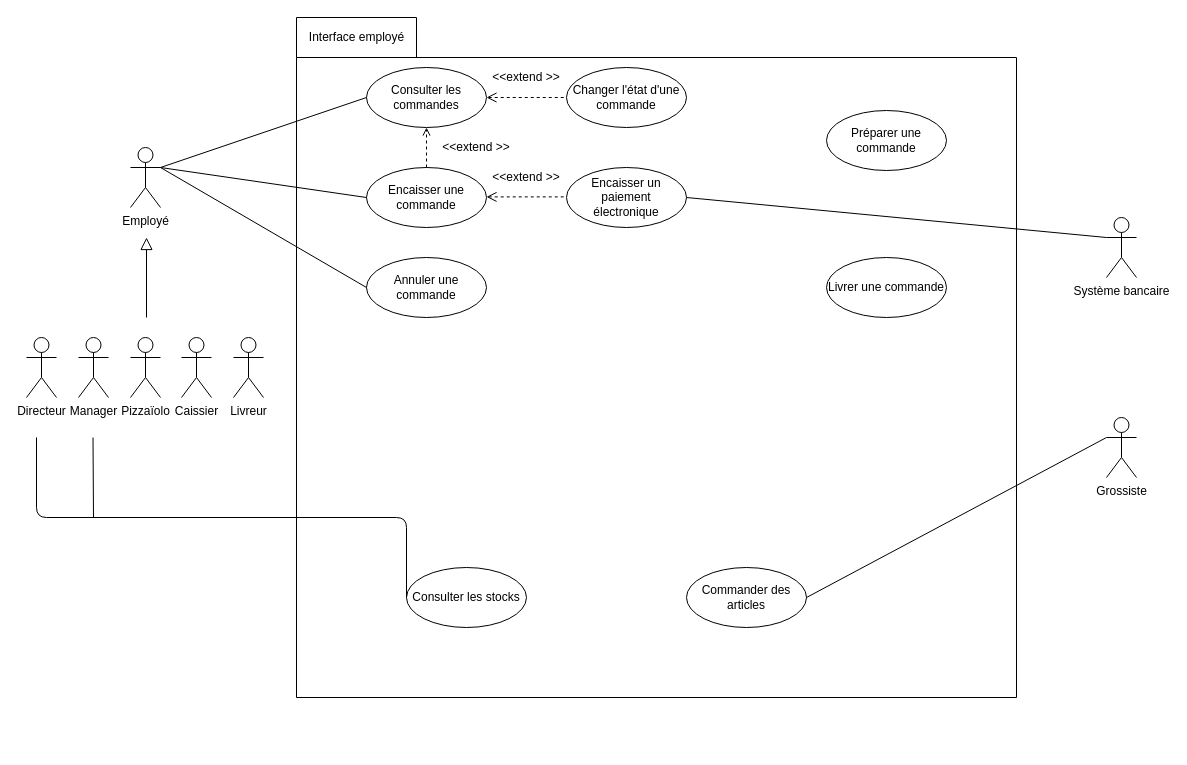
Above: Interface employés.drawio in damien-devpy/OC-P4 (draw.io), before the change. Source tidied: cells renumbered, new cells numbered last; positions are measured from the earlier drawing's top-left corner, leaving out a move shared by most shapes. Both pictures are drawn from the tidied source at 100%, with x=0, y=0 at pixel (26, 17).
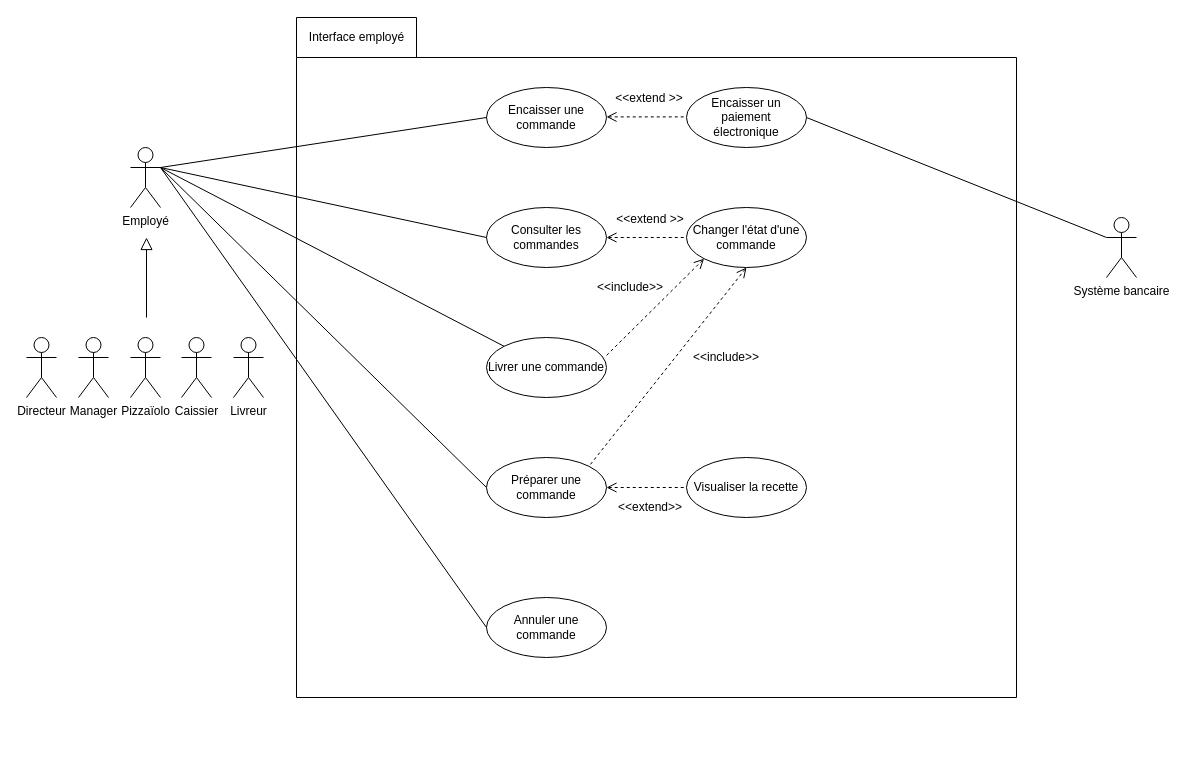
Above is the later version.

Unchanged cells that the change refers to:
```xml
<mxCell id="2" style="group;" parent="1" vertex="1">
  <mxGeometry x="310" y="50" width="720" height="680" as="geometry" />
</mxCell>
<mxCell id="21" value="Employé" style="shape=umlActor;verticalLabelPosition=bottom;labelBackgroundColor=#ffffff;verticalAlign=top;html=1;outlineConnect=0;" parent="1" vertex="1">
  <mxGeometry x="104" y="130" width="30" height="60" as="geometry" />
</mxCell>
```

Change to the diagram source:
```diff
@@
     <mxCell id="4" value="Préparer une commande" style="ellipse;whiteSpace=wrap;html=1;fillColor=none;" parent="2" vertex="1">
-      <mxGeometry x="490" y="43" width="120" height="60" as="geometry" />
+      <mxGeometry x="150" y="390" width="120" height="60" as="geometry" />
     </mxCell>
     <mxCell id="5" value="Consulter les commandes" style="ellipse;whiteSpace=wrap;html=1;fillColor=none;" parent="2" vertex="1">
-      <mxGeometry x="30" width="120" height="60" as="geometry" />
+      <mxGeometry x="150" y="140" width="120" height="60" as="geometry" />
     </mxCell>
-    <mxCell id="6" value="Consulter les stocks" style="ellipse;whiteSpace=wrap;html=1;fillColor=none;" parent="2" vertex="1">
-      <mxGeometry x="70" y="500" width="120" height="60" as="geometry" />
-    </mxCell>
     <mxCell id="7" value="Livrer une commande" style="ellipse;whiteSpace=wrap;html=1;fillColor=none;" parent="2" vertex="1">
-      <mxGeometry x="490" y="190" width="120" height="60" as="geometry" />
+      <mxGeometry x="150" y="270" width="120" height="60" as="geometry" />
     </mxCell>
-    <mxCell id="8" value="Annuler une commande" style="ellipse;whiteSpace=wrap;html=1;fillColor=none;" parent="2" vertex="1">
-      <mxGeometry x="30" y="190" width="120" height="60" as="geometry" />
-    </mxCell>
     <mxCell id="9" value="Encaisser une commande" style="ellipse;whiteSpace=wrap;html=1;fillColor=none;" parent="2" vertex="1">
-      <mxGeometry x="30" y="100" width="120" height="60" as="geometry" />
+      <mxGeometry x="150" y="20" width="120" height="60" as="geometry" />
     </mxCell>
-    <mxCell id="10" value="Commander des articles" style="ellipse;whiteSpace=wrap;html=1;fillColor=none;" parent="2" vertex="1">
-      <mxGeometry x="350" y="500" width="120" height="60" as="geometry" />
-    </mxCell>
     <mxCell id="11" value="Changer l'état d'une commande" style="ellipse;whiteSpace=wrap;html=1;fillColor=none;" parent="2" vertex="1">
-      <mxGeometry x="230" width="120" height="60" as="geometry" />
+      <mxGeometry x="350" y="140" width="120" height="60" as="geometry" />
     </mxCell>
@@
     <mxCell id="13" value="&amp;lt;&amp;lt;extend &amp;gt;&amp;gt;" style="text;html=1;strokeColor=none;fillColor=none;align=center;verticalAlign=middle;whiteSpace=wrap;rounded=0;" parent="2" vertex="1">
-      <mxGeometry x="150" width="80" height="20" as="geometry" />
+      <mxGeometry x="274" y="142" width="80" height="20" as="geometry" />
     </mxCell>
-    <mxCell id="14" style="endArrow=open;dashed=1;html=1;entryX=0.5;entryY=1;entryDx=0;entryDy=0;exitX=0.5;exitY=0;exitDx=0;exitDy=0;startArrow=none;startFill=0;endFill=0;" parent="2" edge="1" source="9" target="5">
-      <mxGeometry relative="1" as="geometry" />
-    </mxCell>
-    <mxCell id="15" value="&amp;lt;&amp;lt;extend &amp;gt;&amp;gt;" style="text;html=1;strokeColor=none;fillColor=none;align=center;verticalAlign=middle;whiteSpace=wrap;rounded=0;" parent="2" vertex="1">
-      <mxGeometry x="100" y="70" width="80" height="20" as="geometry" />
-    </mxCell>
     <mxCell id="16" value="Encaisser un paiement électronique" style="ellipse;whiteSpace=wrap;html=1;fillColor=none;" parent="2" vertex="1">
-      <mxGeometry x="230" y="100" width="120" height="60" as="geometry" />
+      <mxGeometry x="350" y="20" width="120" height="60" as="geometry" />
     </mxCell>
     <mxCell id="17" style="endArrow=none;dashed=1;html=1;entryX=0;entryY=0.5;entryDx=0;entryDy=0;exitX=1;exitY=0.5;exitDx=0;exitDy=0;startArrow=open;startFill=0;endSize=7;startSize=8;" parent="2" edge="1">
       <mxGeometry relative="1" as="geometry">
-        <mxPoint x="150" y="129.4" as="sourcePoint" />
-        <mxPoint x="230" y="129.4" as="targetPoint" />
+        <mxPoint x="270" y="49.4" as="sourcePoint" />
+        <mxPoint x="350" y="49.4" as="targetPoint" />
       </mxGeometry>
     </mxCell>
     <mxCell id="18" value="&amp;lt;&amp;lt;extend &amp;gt;&amp;gt;" style="text;html=1;strokeColor=none;fillColor=none;align=center;verticalAlign=middle;whiteSpace=wrap;rounded=0;" parent="2" vertex="1">
-      <mxGeometry x="150" y="100" width="80" height="20" as="geometry" />
+      <mxGeometry x="273" y="21" width="80" height="20" as="geometry" />
     </mxCell>
+    <mxCell id="36" style="endArrow=none;dashed=1;html=1;exitX=0.5;exitY=1;exitDx=0;exitDy=0;startArrow=open;startFill=0;startSize=8;entryX=1;entryY=0;entryDx=0;entryDy=0;" parent="2" edge="1" source="11" target="4">
+      <mxGeometry relative="1" as="geometry" />
+    </mxCell>
+    <mxCell id="37" style="endArrow=none;dashed=1;html=1;entryX=0.982;entryY=0.335;entryDx=0;entryDy=0;exitX=0;exitY=1;exitDx=0;exitDy=0;startArrow=open;startFill=0;startSize=8;entryPerimeter=0;" parent="2" edge="1" source="11" target="7">
+      <mxGeometry relative="1" as="geometry" />
+    </mxCell>
+    <mxCell id="38" value="&amp;lt;&amp;lt;include&amp;gt;&amp;gt;" style="text;html=1;strokeColor=none;fillColor=none;align=center;verticalAlign=middle;whiteSpace=wrap;rounded=0;" parent="2" vertex="1">
+      <mxGeometry x="274" y="210" width="40" height="20" as="geometry" />
+    </mxCell>
+    <mxCell id="39" value="&amp;lt;&amp;lt;include&amp;gt;&amp;gt;" style="text;html=1;strokeColor=none;fillColor=none;align=center;verticalAlign=middle;whiteSpace=wrap;rounded=0;" parent="2" vertex="1">
+      <mxGeometry x="370" y="280" width="40" height="20" as="geometry" />
+    </mxCell>
+    <mxCell id="40" style="endArrow=none;dashed=1;html=1;exitX=1;exitY=0.5;exitDx=0;exitDy=0;startArrow=open;startFill=0;endFill=0;entryX=0;entryY=0.5;entryDx=0;entryDy=0;endSize=8;startSize=8;" parent="2" edge="1" source="4" target="41">
+      <mxGeometry relative="1" as="geometry" />
+    </mxCell>
+    <mxCell id="41" value="Visualiser la recette" style="ellipse;whiteSpace=wrap;html=1;fillColor=none;" parent="2" vertex="1">
+      <mxGeometry x="350" y="390" width="120" height="60" as="geometry" />
+    </mxCell>
+    <mxCell id="42" value="&amp;lt;&amp;lt;extend&amp;gt;&amp;gt;" style="text;html=1;strokeColor=none;fillColor=none;align=center;verticalAlign=middle;whiteSpace=wrap;rounded=0;" parent="2" vertex="1">
+      <mxGeometry x="294" y="430" width="40" height="20" as="geometry" />
+    </mxCell>
+    <mxCell id="8" value="Annuler une commande" style="ellipse;whiteSpace=wrap;html=1;fillColor=none;" parent="2" vertex="1">
+      <mxGeometry x="150" y="530" width="120" height="60" as="geometry" />
+    </mxCell>
@@
-    <mxCell id="29" value="Grossiste" style="shape=umlActor;verticalLabelPosition=bottom;labelBackgroundColor=#ffffff;verticalAlign=top;html=1;outlineConnect=0;" parent="1" vertex="1">
-      <mxGeometry x="1080" y="400" width="30" height="60" as="geometry" />
-    </mxCell>
-    <mxCell id="30" style="endArrow=none;html=1;entryX=0;entryY=0.5;entryDx=0;entryDy=0;edgeStyle=orthogonalEdgeStyle;" parent="1" edge="1" target="6">
-      <mxGeometry relative="1" as="geometry">
-        <mxPoint x="10" y="420" as="sourcePoint" />
-        <Array as="points">
-          <mxPoint x="10" y="500" />
-        </Array>
-      </mxGeometry>
-    </mxCell>
-    <mxCell id="31" style="endArrow=none;html=1;" parent="1" edge="1">
-      <mxGeometry relative="1" as="geometry">
-        <mxPoint x="67" y="500" as="sourcePoint" />
-        <mxPoint x="66.5" y="420" as="targetPoint" />
-      </mxGeometry>
-    </mxCell>
-    <mxCell id="32" style="endArrow=none;html=1;entryX=1;entryY=0.5;entryDx=0;entryDy=0;exitX=0;exitY=0.3333333333333333;exitDx=0;exitDy=0;exitPerimeter=0;" parent="1" edge="1" source="29" target="10">
-      <mxGeometry relative="1" as="geometry" />
-    </mxCell>
@@
+    <mxCell id="43" style="endArrow=none;html=1;entryX=1;entryY=0.3333333333333333;entryDx=0;entryDy=0;entryPerimeter=0;exitX=0;exitY=0.5;exitDx=0;exitDy=0;" parent="1" edge="1" source="4" target="21">
+      <mxGeometry relative="1" as="geometry" />
+    </mxCell>
+    <mxCell id="44" style="endArrow=none;html=1;entryX=1;entryY=0.3333333333333333;entryDx=0;entryDy=0;entryPerimeter=0;exitX=0;exitY=0;exitDx=0;exitDy=0;" parent="1" edge="1" source="7" target="21">
+      <mxGeometry relative="1" as="geometry" />
+    </mxCell>
```
